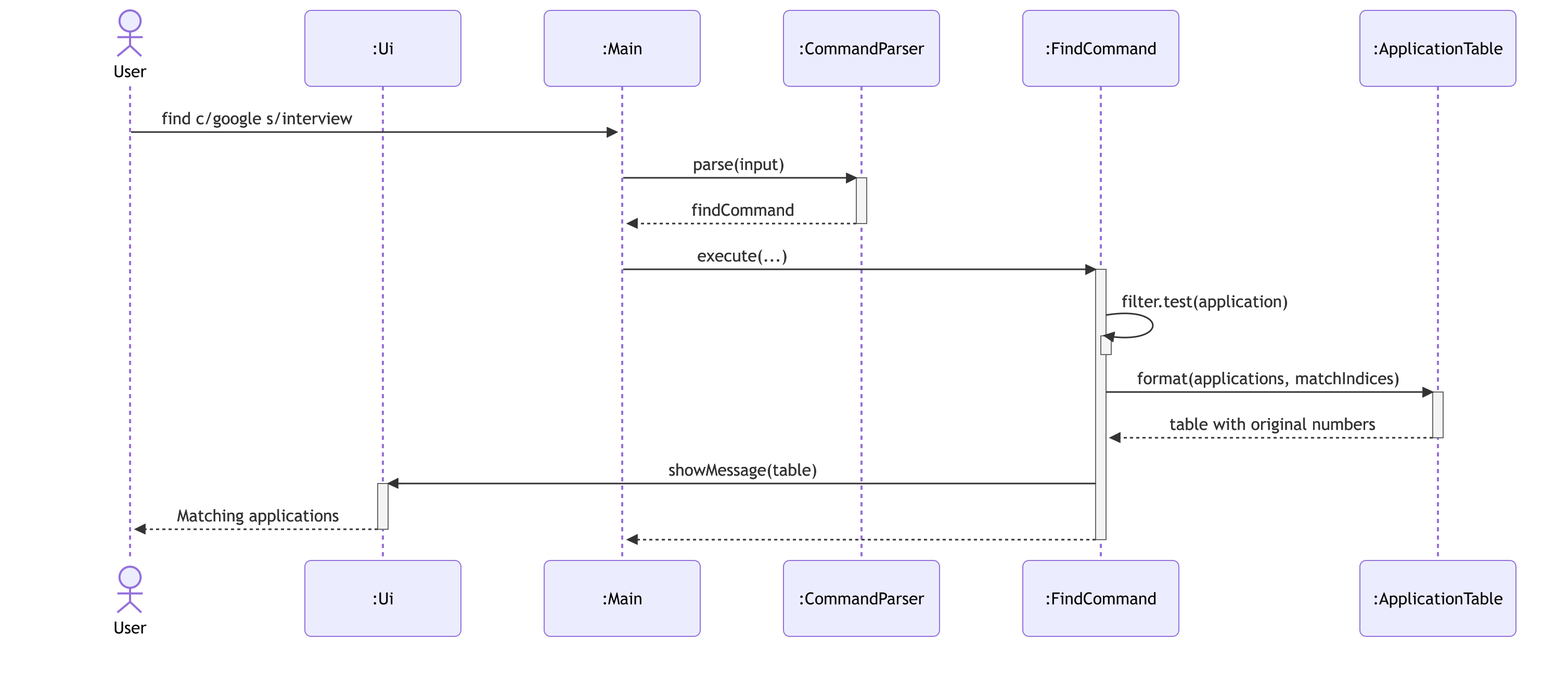
Above: docs/diagrams/find-combined-filters-sequence.png in AY2627S1-CS2113-T10-2/tp (Mermaid), before the change. Its source is kept beside it as docs/diagrams/sources/find-combined-filters-sequence.mmd.
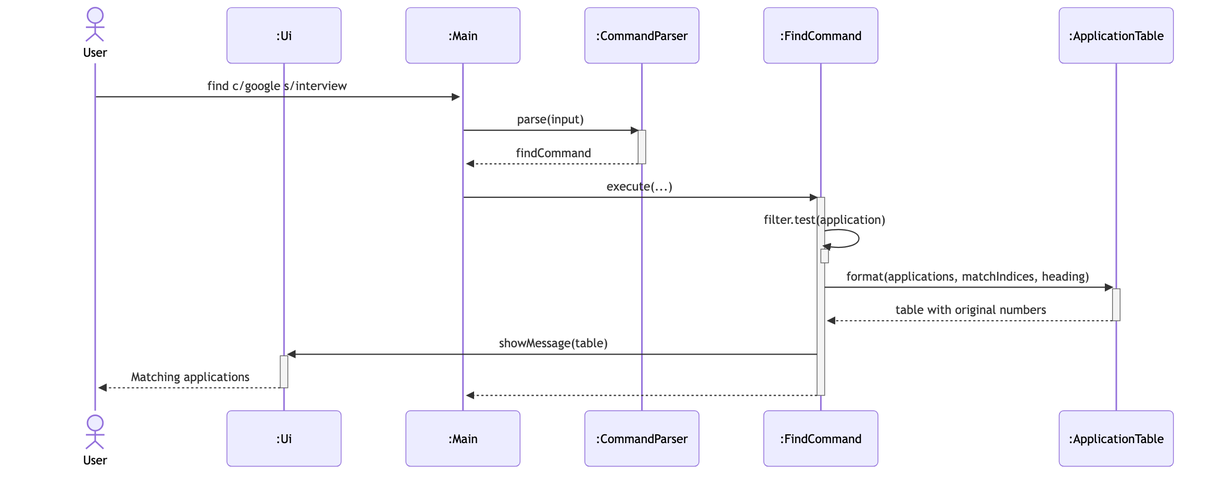
Above is the later version.

Diff of the diagram source:
```diff
@@ -17,7 +17,7 @@
     cmd->>cmd: filter.test(application)
     activate cmd
     deactivate cmd
-    cmd->>table: format(applications, matchIndices)
+    cmd->>table: format(applications, matchIndices, heading)
     activate table
     table-->>cmd: table with original numbers
     deactivate table
```
